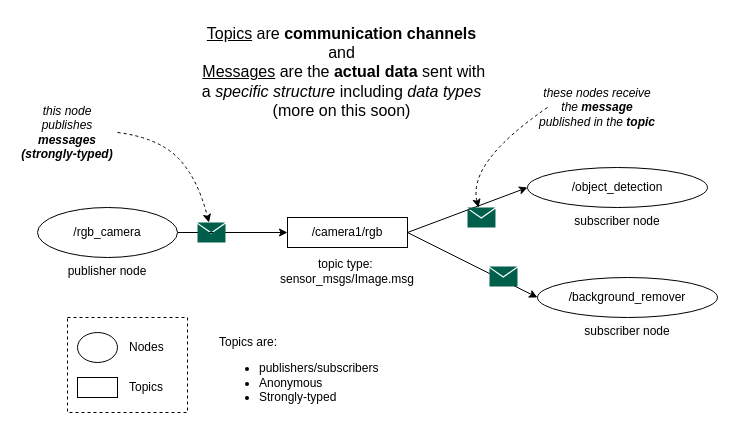
The draw.io diagram page "topics" (7 of 8) of src/resources/ros.drawio in harleylara/robotics, before the edit. Source tidied: cells renumbered, new cells numbered last; positions are measured from the earlier drawing's top-left corner, leaving out a move shared by most shapes. Both pictures are drawn from the tidied source at 100%, with x=0, y=0 at pixel (17, 17).
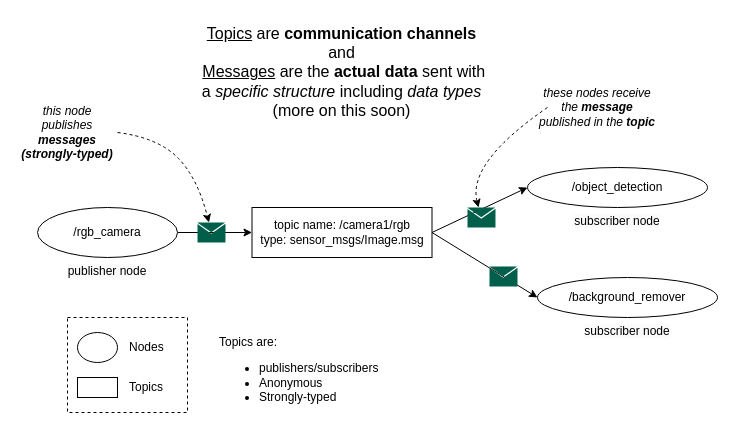
After the change.

Diff of the diagram source:
```diff
@@
-    <mxCell id="13" value="/camera1/rgb" style="rounded=0;whiteSpace=wrap;html=1;" parent="1" vertex="1">
-      <mxGeometry x="270" y="200" width="120" height="30" as="geometry" />
+    <mxCell id="13" value="topic name: /camera1/rgb&lt;br&gt;type: sensor_msgs/Image.msg" style="rounded=0;whiteSpace=wrap;html=1;" parent="1" vertex="1">
+      <mxGeometry x="234.5" y="190" width="180" height="50" as="geometry" />
     </mxCell>
@@
-    <mxCell id="25" value="topic type:&amp;nbsp;&lt;br&gt;sensor_msgs/Image.msg" style="text;html=1;strokeColor=none;fillColor=none;align=center;verticalAlign=middle;whiteSpace=wrap;rounded=0;" parent="1" vertex="1">
-      <mxGeometry x="240" y="239" width="180" height="30" as="geometry" />
-    </mxCell>
```
